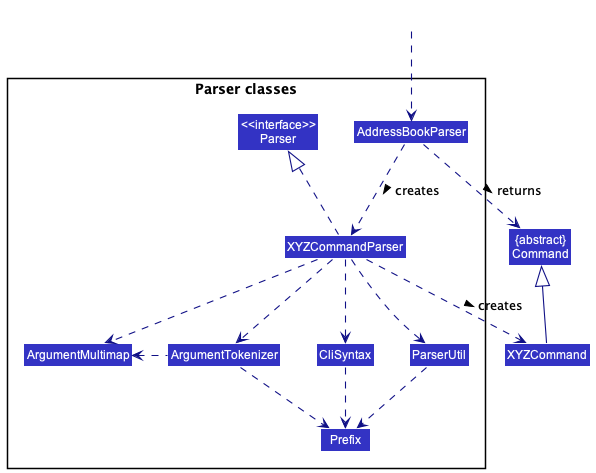
Before: docs/images/ParserClasses.png, a diagram exported from PlantUML (nus-cs2103-AY2223S1/tp).
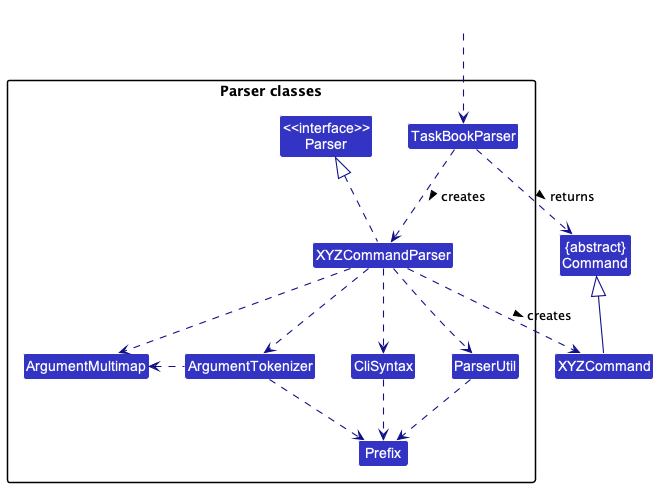
After the change.

What changed in the source:
```diff
@@ -9,7 +9,7 @@
 
 package "Parser classes"{
 Class "<<interface>>\nParser" as Parser
-Class AddressBookParser
+Class TaskBookParser
 Class XYZCommandParser
 Class CliSyntax
 Class ParserUtil
@@ -19,12 +19,12 @@
 }
 
 Class HiddenOutside #FFFFFF
-HiddenOutside ..> AddressBookParser
+HiddenOutside ..> TaskBookParser
 
-AddressBookParser .down.> XYZCommandParser: creates >
+TaskBookParser .down.> XYZCommandParser: creates >
 
 XYZCommandParser ..> XYZCommand : creates >
-AddressBookParser ..> Command : returns >
+TaskBookParser ..> Command : returns >
 XYZCommandParser .up.|> Parser
 XYZCommandParser ..> ArgumentMultimap
 XYZCommandParser ..> ArgumentTokenizer
```
